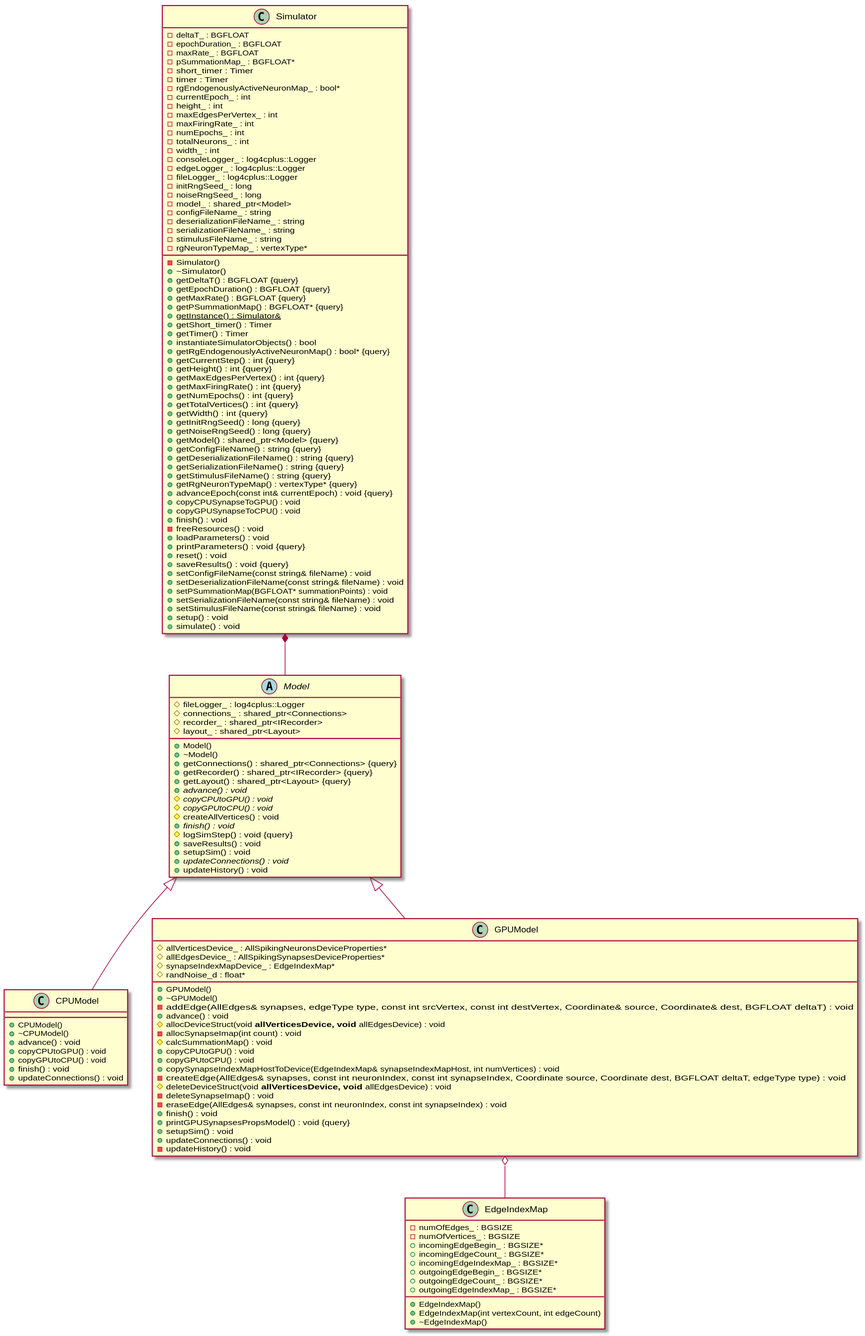
Above: docs/Developer/ClassDiagrams/diagrams/GraphittiCoreClassDiagram.svg in UWB-Biocomputing/Graphitti (PlantUML), before the change.
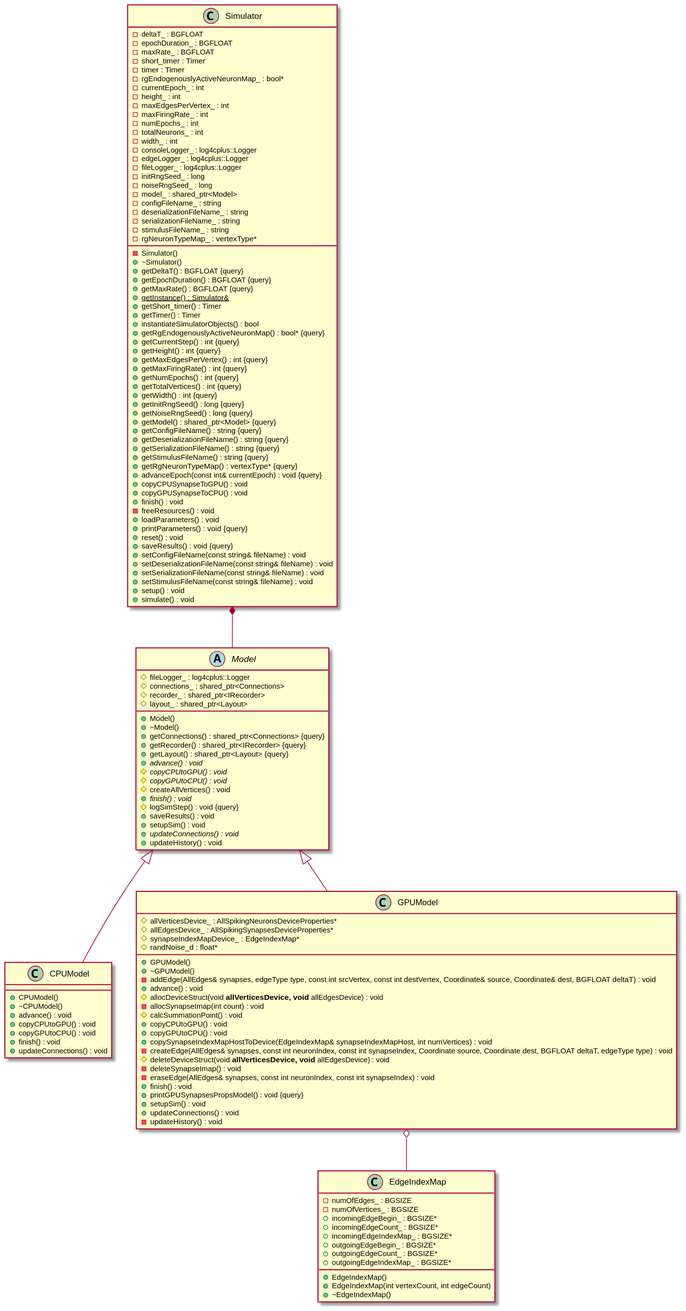
After the commit.

The edit, as a diff of the source:
```diff
@@ -27,7 +27,7 @@
 	+advance() : void
 	#allocDeviceStruct(void** allVerticesDevice, void** allEdgesDevice) : void
 	-allocSynapseImap(int count) : void
-	#calcSummationMap() : void
+	#calcSummationPoint() : void
 	+copyCPUtoGPU() : void
 	+copyGPUtoCPU() : void
 	+copySynapseIndexMapHostToDevice(EdgeIndexMap& synapseIndexMapHost, int numVertices) : void
@@ -75,8 +75,6 @@
 	+getEpochDuration() : BGFLOAT {query}
 	+getMaxRate() : BGFLOAT {query}
 	-maxRate_ : BGFLOAT
-	+getPSummationMap() : BGFLOAT* {query}
-	-pSummationMap_ : BGFLOAT*
 	+{static} getInstance() : Simulator&
 	+getShort_timer() : Timer
 	+getTimer() : Timer
@@ -129,7 +127,6 @@
 	+saveResults() : void {query}
 	+setConfigFileName(const string& fileName) : void
 	+setDeserializationFileName(const string& fileName) : void
-	+setPSummationMap(BGFLOAT* summationPoints) : void
 	+setSerializationFileName(const string& fileName) : void
 	+setStimulusFileName(const string& fileName) : void
 	+setup() : void
```
